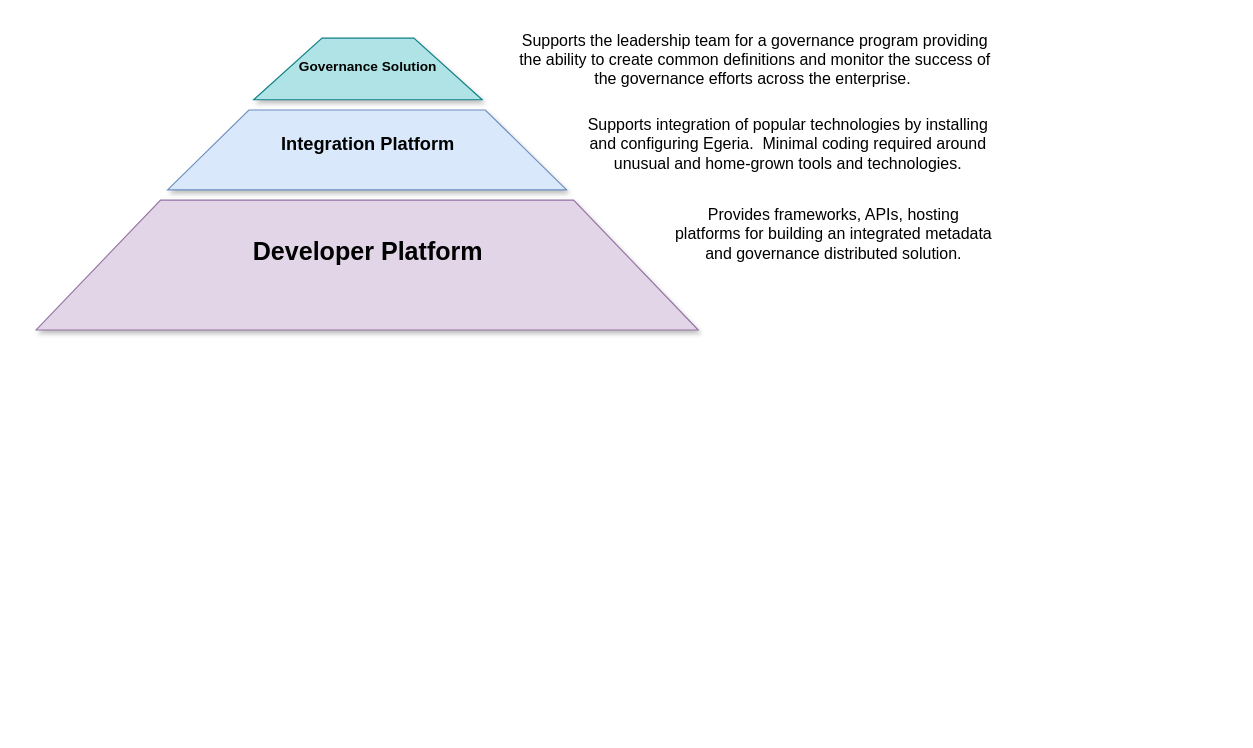
Earlier version of the draw.io diagram page "overview" (1 of 13) of open-metadata-publication/website/roadmap/egeria-status.drawio (odpi/egeria). Source tidied: cells renumbered, new cells numbered last; positions are measured from the earlier drawing's top-left corner, leaving out a move shared by most shapes. Both pictures are drawn from the tidied source at 114%, with x=0, y=0 at pixel (35, 19).
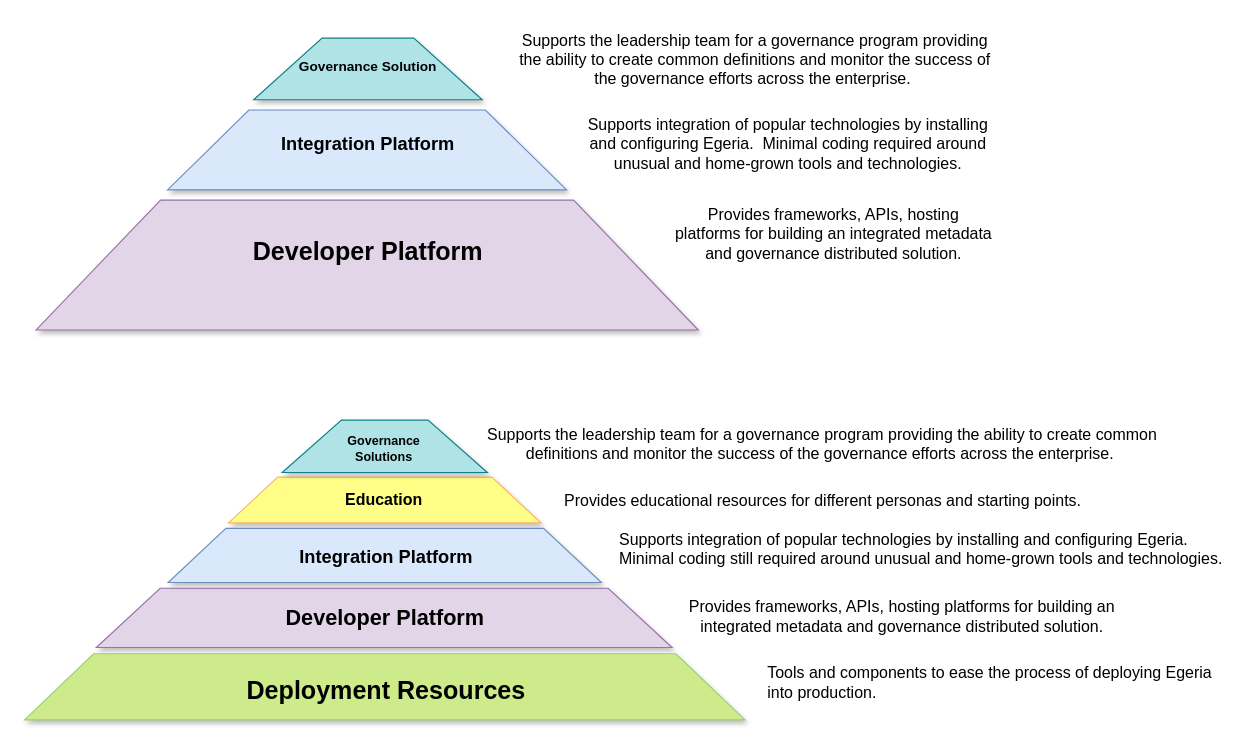
The same page after the edit.

What changed in the source:
```diff
@@
+    <mxCell id="11" style="shape=trapezoid;perimeter=trapezoidPerimeter;whiteSpace=wrap;html=1;size=0.11089108910891089;fillColor=#e1d5e7;strokeColor=#9673a6;shadow=1;" parent="1" vertex="1">
+      <mxGeometry x="53" y="498.5" width="505" height="52" as="geometry" />
+    </mxCell>
+    <mxCell id="12" style="shape=trapezoid;perimeter=trapezoidPerimeter;whiteSpace=wrap;html=1;size=0.15714285714285714;fillColor=#ffff88;strokeColor=#FFB366;shadow=1;" parent="1" vertex="1">
+      <mxGeometry x="169" y="401" width="274" height="40.2" as="geometry" />
+    </mxCell>
+    <mxCell id="13" style="shape=trapezoid;perimeter=trapezoidPerimeter;whiteSpace=wrap;html=1;size=0.28888888888888886;fillColor=#b0e3e6;strokeColor=#0e8088;shadow=1;fontSize=12;" parent="1" vertex="1">
+      <mxGeometry x="216" y="351" width="180" height="46" as="geometry" />
+    </mxCell>
+    <mxCell id="14" value="Governance&lt;br style=&quot;font-size: 11px;&quot;&gt;Solutions" style="text;html=1;align=center;verticalAlign=middle;fontSize=11;fontStyle=1;" parent="1" vertex="1">
+      <mxGeometry x="265" y="361" width="80" height="30" as="geometry" />
+    </mxCell>
+    <mxCell id="15" value="Developer Platform" style="text;html=1;align=center;verticalAlign=middle;fontSize=19;fontStyle=1;shadow=0;rounded=1;" parent="1" vertex="1">
+      <mxGeometry x="210.5" y="509.5" width="190" height="30" as="geometry" />
+    </mxCell>
+    <mxCell id="16" value="Supports the leadership team for a governance program providing the ability to create common definitions and monitor the success of the governance efforts across the enterprise.&amp;nbsp;" style="text;html=1;strokeColor=none;fillColor=none;align=center;verticalAlign=middle;whiteSpace=wrap;rounded=0;shadow=0;glass=1;fontSize=14;fontColor=#000000;opacity=50;" parent="1" vertex="1">
+      <mxGeometry x="385.2" y="342" width="609.5" height="60" as="geometry" />
+    </mxCell>
+    <mxCell id="17" value="Supports integration of popular technologies by installing and configuring Egeria.&amp;nbsp; Minimal coding still required around unusual and home-grown tools and technologies." style="text;html=1;strokeColor=none;fillColor=none;align=left;verticalAlign=middle;whiteSpace=wrap;rounded=0;shadow=0;glass=1;fontSize=14;fontColor=#000000;opacity=50;" parent="1" vertex="1">
+      <mxGeometry x="510" y="429" width="540" height="69.5" as="geometry" />
+    </mxCell>
+    <mxCell id="18" value="Provides frameworks, APIs, hosting platforms for building an integrated metadata and governance distributed solution." style="text;html=1;strokeColor=none;fillColor=none;align=center;verticalAlign=middle;whiteSpace=wrap;rounded=0;shadow=0;glass=1;fontSize=14;fontColor=#000000;opacity=50;" parent="1" vertex="1">
+      <mxGeometry x="550" y="484.2" width="420" height="77" as="geometry" />
+    </mxCell>
+    <mxCell id="19" style="shape=trapezoid;perimeter=trapezoidPerimeter;whiteSpace=wrap;html=1;size=0.13333333333333333;fillColor=#dae8fc;strokeColor=#6c8ebf;shadow=1;" parent="1" vertex="1">
+      <mxGeometry x="116" y="446" width="380" height="47.5" as="geometry" />
+    </mxCell>
+    <mxCell id="20" style="shape=trapezoid;perimeter=trapezoidPerimeter;whiteSpace=wrap;html=1;size=0.09583333333333334;fillColor=#cdeb8b;strokeColor=#97D077;shadow=1;" parent="1" vertex="1">
+      <mxGeometry x="-10" y="556" width="632" height="58" as="geometry" />
+    </mxCell>
+    <mxCell id="21" value="Deployment Resources" style="text;html=1;align=center;verticalAlign=middle;fontSize=22;fontStyle=1;shadow=0;rounded=1;" parent="1" vertex="1">
+      <mxGeometry x="176.8" y="574" width="260" height="30" as="geometry" />
+    </mxCell>
+    <mxCell id="22" value="Integration Platform" style="text;html=1;align=center;verticalAlign=middle;fontSize=16;fontStyle=1;" parent="1" vertex="1">
+      <mxGeometry x="221.5" y="461.2" width="170" height="20" as="geometry" />
+    </mxCell>
+    <mxCell id="23" value="Education" style="text;html=1;align=center;verticalAlign=middle;fontSize=14;fontStyle=1;" parent="1" vertex="1">
+      <mxGeometry x="265" y="411.1" width="80" height="20" as="geometry" />
+    </mxCell>
+    <mxCell id="24" value="Provides educational resources for different personas and starting points." style="text;html=1;align=center;verticalAlign=middle;fontSize=14;" parent="1" vertex="1">
+      <mxGeometry x="455" y="412" width="470" height="20" as="geometry" />
+    </mxCell>
+    <mxCell id="25" value="Tools and components to ease the process of deploying Egeria&lt;br&gt;into production." style="text;html=1;align=left;verticalAlign=middle;fontSize=14;" parent="1" vertex="1">
+      <mxGeometry x="640" y="561.2" width="410" height="40" as="geometry" />
+    </mxCell>
```
